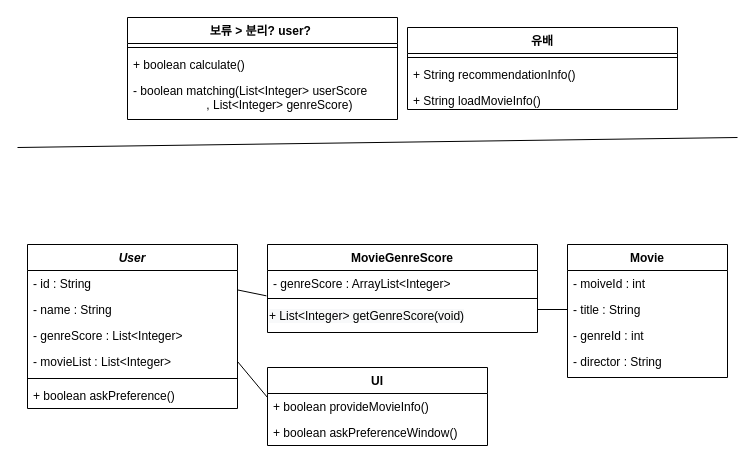
Earlier version of the draw.io diagram UML.drawio (SoftwareEngineering-Gotcha/MovieRecommendation). Source tidied: cells renumbered, new cells numbered last; positions are measured from the earlier drawing's top-left corner, leaving out a move shared by most shapes. Both pictures are drawn from the tidied source at 100%, with x=0, y=0 at pixel (17, 17).
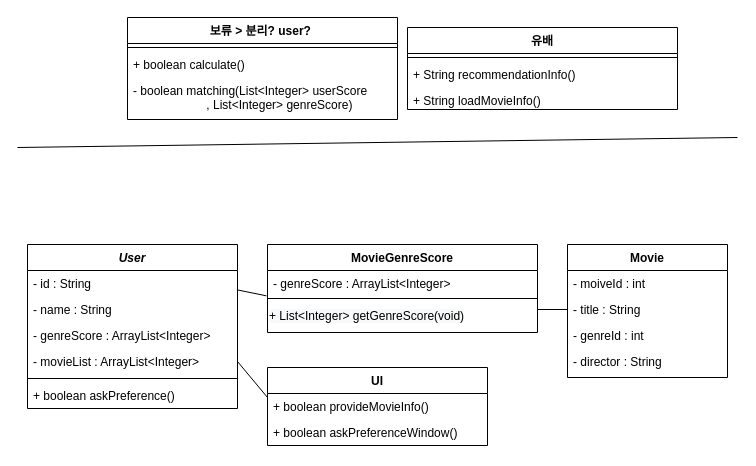
The same page after the edit.

Unchanged cells that the change refers to:
```xml
<mxCell id="2" value="User" style="swimlane;fontStyle=3;align=center;verticalAlign=top;horizontal=1;startSize=26;rounded=0;shadow=0;strokeWidth=1;" parent="1" vertex="1">
  <mxGeometry x="10" y="227" width="210" height="164" as="geometry" />
</mxCell>
```

The edit, as a diff of the source:
```diff
@@
-    <mxCell id="5" value="- genreScore : List&lt;Integer&gt;" style="text;align=left;verticalAlign=top;spacingLeft=4;spacingRight=4;overflow=hidden;rounded=0;shadow=0;html=0;" parent="2" vertex="1">
+    <mxCell id="5" value="- genreScore : ArrayList&lt;Integer&gt;" style="text;align=left;verticalAlign=top;spacingLeft=4;spacingRight=4;overflow=hidden;rounded=0;shadow=0;html=0;" parent="2" vertex="1">
       <mxGeometry y="78" width="210" height="26" as="geometry" />
     </mxCell>
-    <mxCell id="6" value="- movieList : List&lt;Integer&gt;" style="text;align=left;verticalAlign=top;spacingLeft=4;spacingRight=4;overflow=hidden;points=[[0,0.5],[1,0.5]];portConstraint=eastwest;rounded=0;shadow=0;html=0;" parent="2" vertex="1">
+    <mxCell id="6" value="- movieList : ArrayList&lt;Integer&gt;" style="text;align=left;verticalAlign=top;spacingLeft=4;spacingRight=4;overflow=hidden;points=[[0,0.5],[1,0.5]];portConstraint=eastwest;rounded=0;shadow=0;html=0;" parent="2" vertex="1">
       <mxGeometry y="104" width="210" height="26" as="geometry" />
     </mxCell>
```
